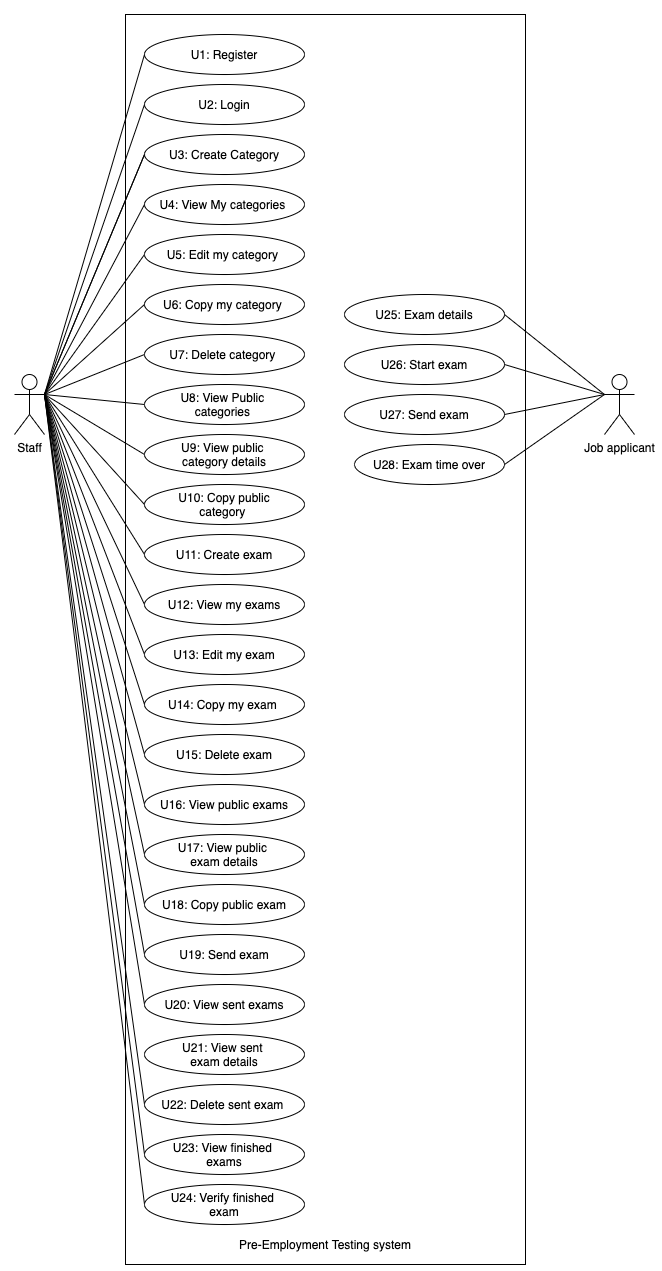
Above: COOP report/images/examaUseCaseDiagram .png in satawatnack/IT-KMITL-Latex (draw.io), before the change. Source tidied: cells renumbered, new cells last; positions are measured from the earlier drawing's top-left corner, leaving out a move shared by most shapes.
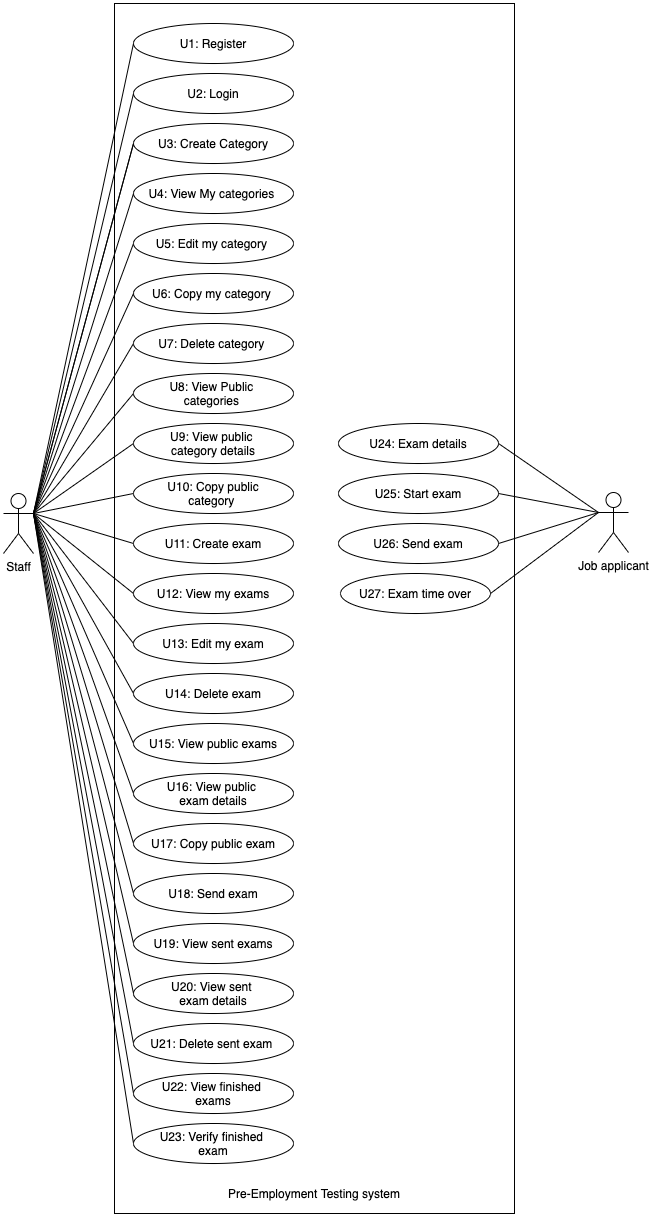
After the commit.

The edit, as a diff of the source:
```diff
@@ -2,14 +2,11 @@
   <root>
     <mxCell id="0" />
     <mxCell id="1" parent="0" />
-    <mxCell id="2" value="Job applicant" style="shape=umlActor;verticalLabelPosition=bottom;labelBackgroundColor=#ffffff;verticalAlign=top;html=1;outlineConnect=0;" parent="1" vertex="1">
-      <mxGeometry x="590" y="360" width="30" height="60" as="geometry" />
-    </mxCell>
     <mxCell id="3" value="Staff" style="shape=umlActor;verticalLabelPosition=bottom;labelBackgroundColor=#ffffff;verticalAlign=top;html=1;outlineConnect=0;" parent="1" vertex="1">
-      <mxGeometry y="360" width="30" height="60" as="geometry" />
+      <mxGeometry y="490" width="30" height="60" as="geometry" />
     </mxCell>
     <mxCell id="4" style="rounded=0;whiteSpace=wrap;html=1;" parent="1" vertex="1">
-      <mxGeometry x="111" width="400" height="1250" as="geometry" />
+      <mxGeometry x="111" width="400" height="1210" as="geometry" />
     </mxCell>
     <mxCell id="5" value="U1: Register" style="ellipse;whiteSpace=wrap;html=1;" parent="1" vertex="1">
       <mxGeometry x="130" y="20" width="160" height="40" as="geometry" />
@@ -20,7 +17,7 @@
       </mxGeometry>
     </mxCell>
     <mxCell id="7" value="Pre-Employment Testing system" style="text;html=1;strokeColor=none;fillColor=none;align=center;verticalAlign=middle;whiteSpace=wrap;rounded=0;" parent="1" vertex="1">
-      <mxGeometry x="221" y="1220" width="180" height="20" as="geometry" />
+      <mxGeometry x="221" y="1180" width="180" height="20" as="geometry" />
     </mxCell>
     <mxCell id="8" value="U2: Login" style="ellipse;whiteSpace=wrap;html=1;" parent="1" vertex="1">
       <mxGeometry x="130" y="70" width="160" height="40" as="geometry" />
@@ -34,10 +31,8 @@
     <mxCell id="11" value="U4: View My categories&amp;nbsp;" style="ellipse;whiteSpace=wrap;html=1;" parent="1" vertex="1">
       <mxGeometry x="130" y="170" width="160" height="40" as="geometry" />
     </mxCell>
-    <mxCell id="12" style="endArrow=none;html=1;entryX=0;entryY=0.5;entryDx=0;entryDy=0;" parent="1" edge="1" target="10">
-      <mxGeometry relative="1" as="geometry">
-        <mxPoint x="30" y="380" as="sourcePoint" />
-      </mxGeometry>
+    <mxCell id="12" style="endArrow=none;html=1;entryX=0;entryY=0.5;entryDx=0;entryDy=0;exitX=1;exitY=0.3333333333333333;exitDx=0;exitDy=0;exitPerimeter=0;" parent="1" edge="1" source="3" target="10">
+      <mxGeometry relative="1" as="geometry" />
     </mxCell>
     <mxCell id="13" style="endArrow=none;html=1;entryX=0;entryY=0.5;entryDx=0;entryDy=0;exitX=1;exitY=0.3333333333333333;exitDx=0;exitDy=0;exitPerimeter=0;" parent="1" edge="1" source="3" target="11">
       <mxGeometry relative="1" as="geometry" />
@@ -48,10 +43,8 @@
     <mxCell id="15" style="endArrow=none;html=1;entryX=0;entryY=0.5;entryDx=0;entryDy=0;exitX=1;exitY=0.3333333333333333;exitDx=0;exitDy=0;exitPerimeter=0;" parent="1" edge="1" source="3" target="41">
       <mxGeometry relative="1" as="geometry" />
     </mxCell>
-    <mxCell id="16" style="endArrow=none;html=1;entryX=0;entryY=0.5;entryDx=0;entryDy=0;" parent="1" edge="1" target="42">
-      <mxGeometry relative="1" as="geometry">
-        <mxPoint x="30" y="380" as="sourcePoint" />
-      </mxGeometry>
+    <mxCell id="16" style="endArrow=none;html=1;entryX=0;entryY=0.5;entryDx=0;entryDy=0;exitX=1;exitY=0.3333333333333333;exitDx=0;exitDy=0;exitPerimeter=0;" parent="1" edge="1" source="3" target="42">
+      <mxGeometry relative="1" as="geometry" />
     </mxCell>
     <mxCell id="17" style="endArrow=none;html=1;entryX=0;entryY=0.5;entryDx=0;entryDy=0;exitX=1;exitY=0.3333333333333333;exitDx=0;exitDy=0;exitPerimeter=0;" parent="1" edge="1" source="3" target="43">
       <mxGeometry relative="1" as="geometry" />
@@ -71,30 +64,6 @@
     <mxCell id="22" style="endArrow=none;html=1;entryX=0;entryY=0.5;entryDx=0;entryDy=0;exitX=1;exitY=0.3333333333333333;exitDx=0;exitDy=0;exitPerimeter=0;" parent="1" edge="1" source="3" target="46">
       <mxGeometry relative="1" as="geometry" />
     </mxCell>
-    <mxCell id="23" value="U25: Exam details" style="ellipse;whiteSpace=wrap;html=1;" parent="1" vertex="1">
-      <mxGeometry x="330" y="280" width="160" height="40" as="geometry" />
-    </mxCell>
-    <mxCell id="24" value="U26: Start exam" style="ellipse;whiteSpace=wrap;html=1;" parent="1" vertex="1">
-      <mxGeometry x="330" y="330" width="160" height="40" as="geometry" />
-    </mxCell>
-    <mxCell id="25" value="U27: Send exam" style="ellipse;whiteSpace=wrap;html=1;" parent="1" vertex="1">
-      <mxGeometry x="330" y="380" width="160" height="40" as="geometry" />
-    </mxCell>
-    <mxCell id="26" style="endArrow=none;html=1;entryX=0;entryY=0.3333333333333333;entryDx=0;entryDy=0;entryPerimeter=0;exitX=1;exitY=0.5;exitDx=0;exitDy=0;" parent="1" edge="1" source="23" target="2">
-      <mxGeometry relative="1" as="geometry" />
-    </mxCell>
-    <mxCell id="27" style="endArrow=none;html=1;entryX=0;entryY=0.3333333333333333;entryDx=0;entryDy=0;entryPerimeter=0;exitX=1;exitY=0.5;exitDx=0;exitDy=0;" parent="1" edge="1" source="24" target="2">
-      <mxGeometry relative="1" as="geometry" />
-    </mxCell>
-    <mxCell id="28" style="endArrow=none;html=1;entryX=0;entryY=0.3333333333333333;entryDx=0;entryDy=0;entryPerimeter=0;exitX=1;exitY=0.5;exitDx=0;exitDy=0;" parent="1" edge="1" source="25" target="2">
-      <mxGeometry relative="1" as="geometry" />
-    </mxCell>
-    <mxCell id="29" value="U28: Exam time over" style="ellipse;whiteSpace=wrap;html=1;" parent="1" vertex="1">
-      <mxGeometry x="340" y="430" width="150" height="40" as="geometry" />
-    </mxCell>
-    <mxCell id="30" style="endArrow=none;html=1;entryX=0;entryY=0.3333333333333333;entryDx=0;entryDy=0;entryPerimeter=0;exitX=1;exitY=0.5;exitDx=0;exitDy=0;" parent="1" edge="1" source="29" target="2">
-      <mxGeometry relative="1" as="geometry" />
-    </mxCell>
     <mxCell id="31" style="endArrow=none;html=1;entryX=0;entryY=0.5;entryDx=0;entryDy=0;exitX=1;exitY=0.3333333333333333;exitDx=0;exitDy=0;exitPerimeter=0;" parent="1" edge="1" source="3" target="51">
       <mxGeometry relative="1" as="geometry" />
     </mxCell>
@@ -134,17 +103,17 @@
     <mxCell id="43" value="U12: View my exams" style="ellipse;whiteSpace=wrap;html=1;" parent="40" vertex="1">
       <mxGeometry y="350" width="160" height="40" as="geometry" />
     </mxCell>
-    <mxCell id="44" value="U16: View public exams" style="ellipse;whiteSpace=wrap;html=1;" parent="40" vertex="1">
-      <mxGeometry y="550" width="160" height="40" as="geometry" />
+    <mxCell id="44" value="U15: View public exams" style="ellipse;whiteSpace=wrap;html=1;" parent="40" vertex="1">
+      <mxGeometry y="500" width="160" height="40" as="geometry" />
     </mxCell>
-    <mxCell id="45" value="U19: Send exam" style="ellipse;whiteSpace=wrap;html=1;" parent="40" vertex="1">
-      <mxGeometry y="700" width="160" height="40" as="geometry" />
+    <mxCell id="45" value="U18: Send exam" style="ellipse;whiteSpace=wrap;html=1;" parent="40" vertex="1">
+      <mxGeometry y="650" width="160" height="40" as="geometry" />
     </mxCell>
-    <mxCell id="46" value="U20: View sent exams" style="ellipse;whiteSpace=wrap;html=1;" parent="40" vertex="1">
-      <mxGeometry y="750" width="160" height="40" as="geometry" />
+    <mxCell id="46" value="U19: View sent exams" style="ellipse;whiteSpace=wrap;html=1;" parent="40" vertex="1">
+      <mxGeometry y="700" width="160" height="40" as="geometry" />
     </mxCell>
-    <mxCell id="47" value="U23: View finished &lt;br&gt;exams" style="ellipse;whiteSpace=wrap;html=1;" parent="40" vertex="1">
-      <mxGeometry y="900" width="160" height="40" as="geometry" />
+    <mxCell id="47" value="U22: View finished &lt;br&gt;exams" style="ellipse;whiteSpace=wrap;html=1;" parent="40" vertex="1">
+      <mxGeometry y="850" width="160" height="40" as="geometry" />
     </mxCell>
     <mxCell id="48" value="U5: Edit my category&amp;nbsp;" style="ellipse;whiteSpace=wrap;html=1;" parent="40" vertex="1">
       <mxGeometry width="160" height="40" as="geometry" />
@@ -155,41 +124,68 @@
     <mxCell id="50" value="U10: Copy public&lt;br&gt;category&amp;nbsp;" style="ellipse;whiteSpace=wrap;html=1;" parent="40" vertex="1">
       <mxGeometry y="250" width="160" height="40" as="geometry" />
     </mxCell>
-    <mxCell id="51" value="U18: Copy public exam" style="ellipse;whiteSpace=wrap;html=1;" parent="40" vertex="1">
-      <mxGeometry y="650" width="160" height="40" as="geometry" />
+    <mxCell id="51" value="U17: Copy public exam" style="ellipse;whiteSpace=wrap;html=1;" parent="40" vertex="1">
+      <mxGeometry y="600" width="160" height="40" as="geometry" />
     </mxCell>
     <mxCell id="52" value="U7: Delete category&amp;nbsp;" style="ellipse;whiteSpace=wrap;html=1;" parent="40" vertex="1">
       <mxGeometry y="100" width="160" height="40" as="geometry" />
     </mxCell>
-    <mxCell id="53" value="U15: Delete exam" style="ellipse;whiteSpace=wrap;html=1;" parent="40" vertex="1">
-      <mxGeometry y="500" width="160" height="40" as="geometry" />
+    <mxCell id="53" value="U14: Delete exam" style="ellipse;whiteSpace=wrap;html=1;" parent="40" vertex="1">
+      <mxGeometry y="450" width="160" height="40" as="geometry" />
     </mxCell>
     <mxCell id="54" value="U9: View public &lt;br&gt;category details" style="ellipse;whiteSpace=wrap;html=1;" parent="40" vertex="1">
       <mxGeometry y="200" width="160" height="40" as="geometry" />
     </mxCell>
-    <mxCell id="55" value="U17: View public &lt;br&gt;exam details" style="ellipse;whiteSpace=wrap;html=1;" parent="40" vertex="1">
-      <mxGeometry y="600" width="160" height="40" as="geometry" />
+    <mxCell id="55" value="U16: View public &lt;br&gt;exam details" style="ellipse;whiteSpace=wrap;html=1;" parent="40" vertex="1">
+      <mxGeometry y="550" width="160" height="40" as="geometry" />
     </mxCell>
-    <mxCell id="56" value="U24: Verify finished &lt;br&gt;exam" style="ellipse;whiteSpace=wrap;html=1;" parent="40" vertex="1">
-      <mxGeometry y="950" width="160" height="40" as="geometry" />
+    <mxCell id="56" value="U23: Verify finished &lt;br&gt;exam" style="ellipse;whiteSpace=wrap;html=1;" parent="40" vertex="1">
+      <mxGeometry y="900" width="160" height="40" as="geometry" />
     </mxCell>
-    <mxCell id="57" value="U22: Delete sent exam&amp;nbsp;" style="ellipse;whiteSpace=wrap;html=1;" parent="40" vertex="1">
-      <mxGeometry y="850" width="160" height="40" as="geometry" />
+    <mxCell id="57" value="U21: Delete sent exam&amp;nbsp;" style="ellipse;whiteSpace=wrap;html=1;" parent="40" vertex="1">
+      <mxGeometry y="800" width="160" height="40" as="geometry" />
     </mxCell>
-    <mxCell id="58" value="U21: View sent &lt;br&gt;exam details" style="ellipse;whiteSpace=wrap;html=1;" parent="40" vertex="1">
-      <mxGeometry y="800" width="160" height="40" as="geometry" />
+    <mxCell id="58" value="U20: View sent &lt;br&gt;exam details" style="ellipse;whiteSpace=wrap;html=1;" parent="40" vertex="1">
+      <mxGeometry y="750" width="160" height="40" as="geometry" />
     </mxCell>
     <mxCell id="59" value="U6: Copy my category&amp;nbsp;" style="ellipse;whiteSpace=wrap;html=1;" parent="40" vertex="1">
       <mxGeometry y="50" width="160" height="40" as="geometry" />
     </mxCell>
-    <mxCell id="60" value="U14: Copy my exam&amp;nbsp;" style="ellipse;whiteSpace=wrap;html=1;" parent="40" vertex="1">
-      <mxGeometry y="450" width="160" height="40" as="geometry" />
-    </mxCell>
     <mxCell id="61" style="endArrow=none;html=1;entryX=0;entryY=0.5;entryDx=0;entryDy=0;exitX=1;exitY=0.3333333333333333;exitDx=0;exitDy=0;exitPerimeter=0;" parent="1" edge="1" source="3" target="59">
       <mxGeometry relative="1" as="geometry" />
     </mxCell>
-    <mxCell id="62" style="endArrow=none;html=1;entryX=0;entryY=0.5;entryDx=0;entryDy=0;exitX=1;exitY=0.3333333333333333;exitDx=0;exitDy=0;exitPerimeter=0;" parent="1" edge="1" source="3" target="60">
-      <mxGeometry relative="1" as="geometry" />
-    </mxCell>
+    <mxCell id="63" style="endArrow=none;html=1;entryX=0;entryY=0.5;entryDx=0;entryDy=0;exitX=1;exitY=0.3333333333333333;exitDx=0;exitDy=0;exitPerimeter=0;" parent="1" edge="1" source="3" target="58">
+      <mxGeometry relative="1" as="geometry" />
+    </mxCell>
+    <mxCell id="64" style="group;" parent="1" vertex="1">
+      <mxGeometry x="335" y="412" width="290" height="190" as="geometry" />
+    </mxCell>
+    <mxCell id="2" value="Job applicant" style="shape=umlActor;verticalLabelPosition=bottom;labelBackgroundColor=#ffffff;verticalAlign=top;html=1;outlineConnect=0;" parent="64" vertex="1">
+      <mxGeometry x="260" y="77" width="30" height="60" as="geometry" />
+    </mxCell>
+    <mxCell id="23" value="U24: Exam details" style="ellipse;whiteSpace=wrap;html=1;" parent="64" vertex="1">
+      <mxGeometry y="8" width="160" height="40" as="geometry" />
+    </mxCell>
+    <mxCell id="24" value="U25: Start exam" style="ellipse;whiteSpace=wrap;html=1;" parent="64" vertex="1">
+      <mxGeometry y="58" width="160" height="40" as="geometry" />
+    </mxCell>
+    <mxCell id="25" value="U26: Send exam" style="ellipse;whiteSpace=wrap;html=1;" parent="64" vertex="1">
+      <mxGeometry y="108" width="160" height="40" as="geometry" />
+    </mxCell>
+    <mxCell id="26" style="endArrow=none;html=1;entryX=0;entryY=0.3333333333333333;entryDx=0;entryDy=0;entryPerimeter=0;exitX=1;exitY=0.5;exitDx=0;exitDy=0;" parent="64" edge="1" source="23" target="2">
+      <mxGeometry relative="1" as="geometry" />
+    </mxCell>
+    <mxCell id="27" style="endArrow=none;html=1;entryX=0;entryY=0.3333333333333333;entryDx=0;entryDy=0;entryPerimeter=0;exitX=1;exitY=0.5;exitDx=0;exitDy=0;" parent="64" edge="1" source="24" target="2">
+      <mxGeometry relative="1" as="geometry" />
+    </mxCell>
+    <mxCell id="28" style="endArrow=none;html=1;entryX=0;entryY=0.3333333333333333;entryDx=0;entryDy=0;entryPerimeter=0;exitX=1;exitY=0.5;exitDx=0;exitDy=0;" parent="64" edge="1" source="25" target="2">
+      <mxGeometry relative="1" as="geometry" />
+    </mxCell>
+    <mxCell id="29" value="U27: Exam time over" style="ellipse;whiteSpace=wrap;html=1;" parent="64" vertex="1">
+      <mxGeometry x="2" y="158" width="150" height="40" as="geometry" />
+    </mxCell>
+    <mxCell id="30" style="endArrow=none;html=1;entryX=0;entryY=0.3333333333333333;entryDx=0;entryDy=0;entryPerimeter=0;exitX=1;exitY=0.5;exitDx=0;exitDy=0;" parent="64" edge="1" source="29" target="2">
+      <mxGeometry relative="1" as="geometry" />
+    </mxCell>
   </root>
 </mxGraphModel>
```
